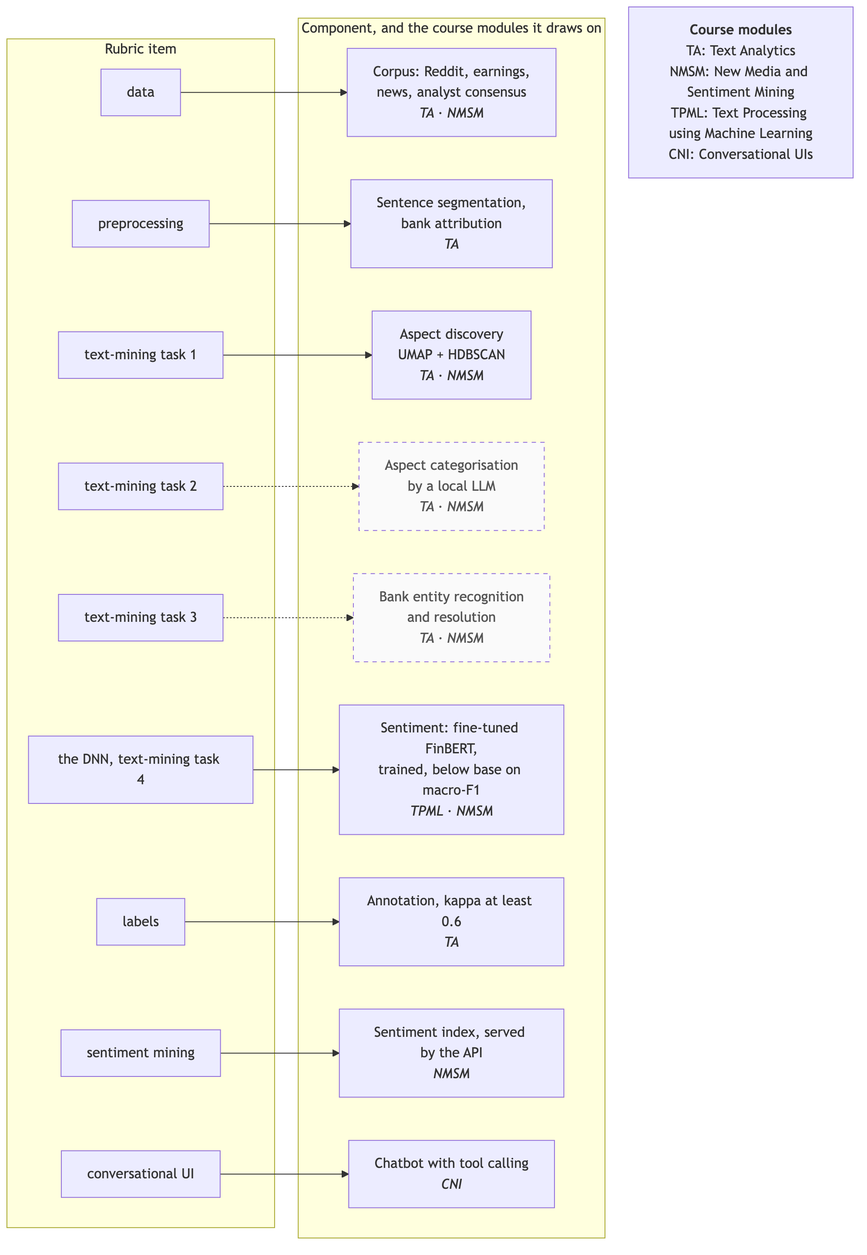
The Mermaid diagram docs/diagrams/img/17-rubric-map.png in Gavingyh/plp-project, before a commit. Its source is kept beside it as docs/diagrams/src/17-rubric-map.mmd.
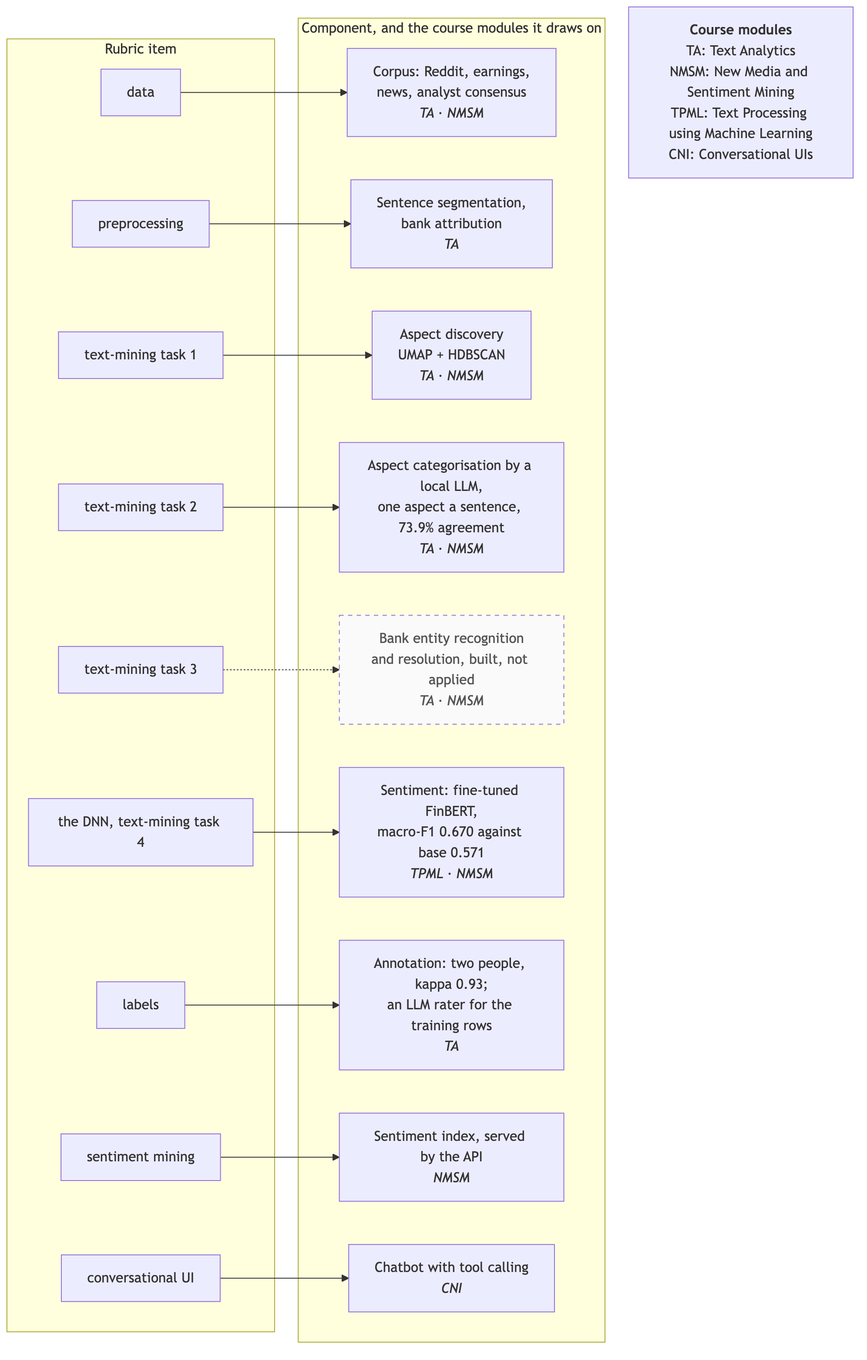
The same file after the commit.

What changed in the source:
```diff
@@ -1,6 +1,6 @@
 flowchart LR
   accTitle: Rubric items, components and course modules
-  accDescr: Nine rubric items each map to one component. Components draw on Text Analytics, New Media and Sentiment Mining, Text Processing using Machine Learning, and Conversational UIs. Bank entity recognition and LLM aspect categorisation are planned; annotation is done and the fine-tuned sentiment model is trained.
+  accDescr: Nine rubric items each map to one component. Components draw on Text Analytics, New Media and Sentiment Mining, Text Processing using Machine Learning, and Conversational UIs. Bank entity recognition is built but not applied to the stored corpus; every other component is built and in use.
 
   subgraph R["Rubric item"]
     r1["data"]
@@ -18,10 +18,10 @@
     c1["Corpus: Reddit, earnings,<br/>news, analyst consensus<br/><i>TA · NMSM</i>"]
     c2["Sentence segmentation,<br/>bank attribution<br/><i>TA</i>"]
     c3["Aspect discovery<br/>UMAP + HDBSCAN<br/><i>TA · NMSM</i>"]
-    c4["Aspect categorisation<br/>by a local LLM<br/><i>TA · NMSM</i>"]
-    c5["Bank entity recognition<br/>and resolution<br/><i>TA · NMSM</i>"]
-    c6["Sentiment: fine-tuned FinBERT,<br/>trained, below base on macro-F1<br/><i>TPML · NMSM</i>"]
-    c7["Annotation, kappa at least 0.6<br/><i>TA</i>"]
+    c4["Aspect categorisation by a local LLM,<br/>one aspect a sentence, 73.9% agreement<br/><i>TA · NMSM</i>"]
+    c5["Bank entity recognition<br/>and resolution, built, not applied<br/><i>TA · NMSM</i>"]
+    c6["Sentiment: fine-tuned FinBERT,<br/>macro-F1 0.670 against base 0.571<br/><i>TPML · NMSM</i>"]
+    c7["Annotation: two people, kappa 0.93;<br/>an LLM rater for the training rows<br/><i>TA</i>"]
     c8["Sentiment index, served by the API<br/><i>NMSM</i>"]
     c9["Chatbot with tool calling<br/><i>CNI</i>"]
   end
@@ -31,7 +31,7 @@
   r1 --> c1
   r2 --> c2
   r3 --> c3
-  r4 -.-> c4
+  r4 --> c4
   r5 -.-> c5
   r6 --> c6
   r7 --> c7
@@ -39,5 +39,5 @@
   r9 --> c9
   C ~~~ key
 
-  classDef planned stroke-dasharray: 5 5,color:#555,fill:#fafafa;
-  class c4,c5 planned;
+  classDef inactive stroke-dasharray: 5 5,color:#555,fill:#fafafa;
+  class c5 inactive;
```
